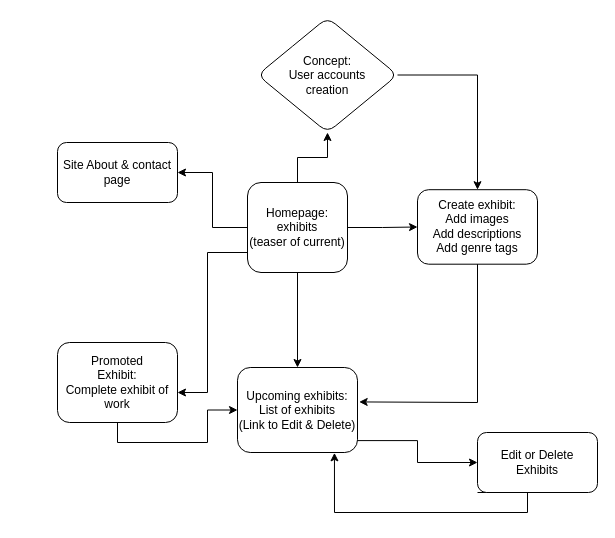
llukkah/open-studios keeps this draw.io diagram as final-project.drawio. Above is the earlier version. Source tidied: cells renumbered, new cells numbered last; positions are measured from the earlier drawing's top-left corner, leaving out a move shared by most shapes. Both pictures are drawn from the tidied source at 100%, with x=0, y=0 at pixel (57, 17).
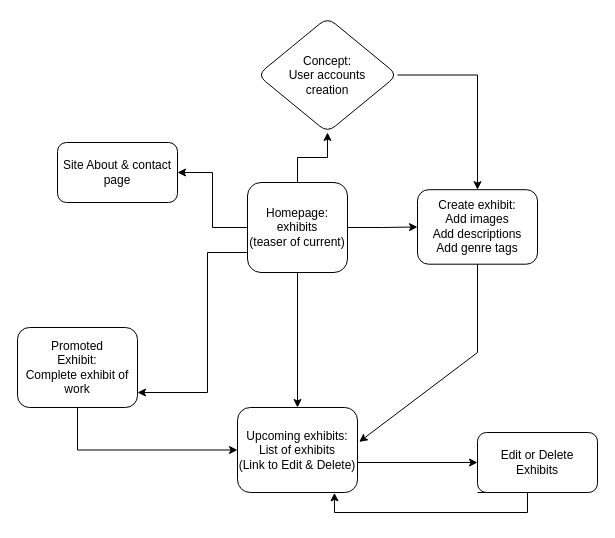
The same diagram, later.

The change refers to these unchanged cells:
```xml
<mxCell id="8" value="&lt;div&gt;Create exhibit:&lt;/div&gt;&lt;div&gt;Add images&lt;/div&gt;&lt;div&gt;Add descriptions&lt;/div&gt;&lt;div&gt;Add genre tags&lt;br&gt;&lt;/div&gt;" style="whiteSpace=wrap;html=1;rounded=1;" parent="1" vertex="1">
  <mxGeometry x="360" y="172.2" width="120" height="74.5" as="geometry" />
</mxCell>
<mxCell id="16" value="Edit or Delete Exhibits" style="whiteSpace=wrap;html=1;rounded=1;" parent="1" vertex="1">
  <mxGeometry x="420" y="415" width="120" height="60" as="geometry" />
</mxCell>
```

The edit, as a diff of the source:
```diff
@@
-    <mxCell id="10" style="edgeStyle=orthogonalEdgeStyle;rounded=0;jettySize=auto;html=1;exitX=0.991;exitY=0.86;exitDx=0;exitDy=0;exitPerimeter=0;" parent="1" edge="1" source="11" target="16">
+    <mxCell id="10" style="edgeStyle=orthogonalEdgeStyle;rounded=0;jettySize=auto;html=1;exitX=1;exitY=0.647;exitDx=0;exitDy=0;exitPerimeter=0;" parent="1" edge="1" source="11" target="16">
       <mxGeometry relative="1" as="geometry" />
     </mxCell>
     <mxCell id="11" value="&lt;div&gt;Upcoming exhibits:&lt;/div&gt;&lt;div&gt;List of exhibits&lt;/div&gt;&lt;div&gt;(Link to Edit &amp;amp; Delete)&lt;br&gt;&lt;/div&gt;" style="whiteSpace=wrap;html=1;rounded=1;" parent="1" vertex="1">
-      <mxGeometry x="180" y="350" width="120" height="85" as="geometry" />
+      <mxGeometry x="180" y="390" width="120" height="85" as="geometry" />
     </mxCell>
     <mxCell id="12" style="endArrow=classic;html=1;rounded=0;entryX=1.014;entryY=0.405;entryDx=0;entryDy=0;entryPerimeter=0;exitX=0.5;exitY=1;exitDx=0;exitDy=0;" parent="1" edge="1" source="8" target="11">
       <mxGeometry relative="1" as="geometry">
         <Array as="points">
-          <mxPoint x="420" y="385" />
+          <mxPoint x="420" y="335" />
         </Array>
       </mxGeometry>
     </mxCell>
@@
     <mxCell id="14" value="&lt;div&gt;Promoted&lt;/div&gt;&lt;div&gt;Exhibit:&lt;/div&gt;&lt;div&gt;Complete exhibit of work&lt;br&gt;&lt;/div&gt;" style="whiteSpace=wrap;html=1;rounded=1;" parent="1" vertex="1">
-      <mxGeometry y="325" width="120" height="80" as="geometry" />
+      <mxGeometry x="-40" y="310" width="120" height="80" as="geometry" />
     </mxCell>
```
